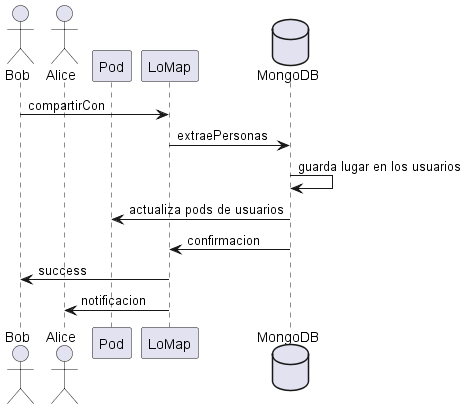
Arquisoft/lomap_es5b keeps this PlantUML diagram as images/InteractiveMap_00.png. Above is the earlier version.
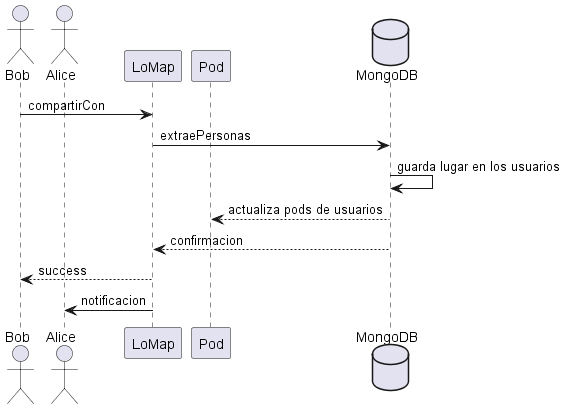
Later version of the same file.

The edit, as a diff of the source:
```diff
@@ -1,14 +1,14 @@
 @startuml
 actor Bob
 actor Alice
+participant LoMap
 participant Pod
-participant LoMap
 database MongoDB
 Bob -> LoMap: compartirCon
 LoMap -> MongoDB: extraePersonas
 MongoDB -> MongoDB: guarda lugar en los usuarios
-MongoDB -> Pod: actualiza pods de usuarios
-MongoDB -> LoMap: confirmacion
-LoMap -> Bob: success
+MongoDB --> Pod: actualiza pods de usuarios
+MongoDB --> LoMap: confirmacion
+LoMap --> Bob: success
 LoMap -> Alice: notificacion
 @enduml
```
